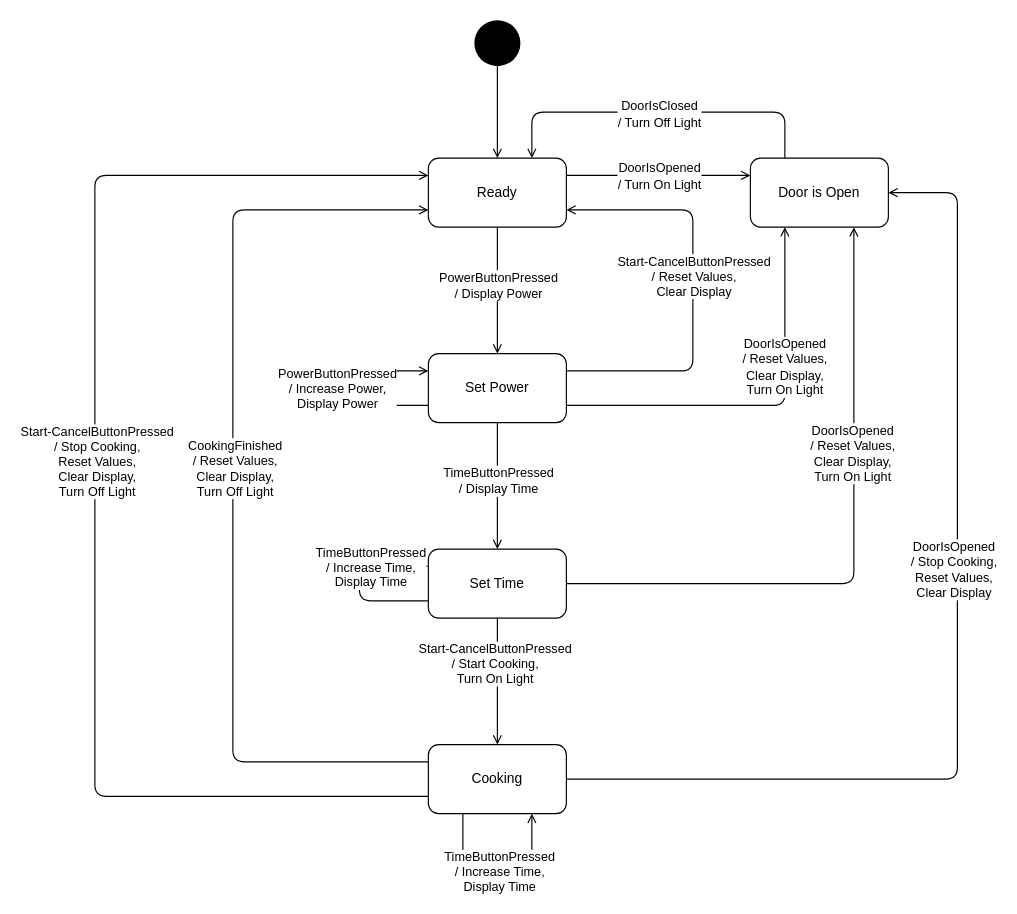
This is docs/figs/stateMachine.drawio from bedstitest/handin03_MicrowaveOven, a draw.io file, before an edit. Source tidied: cells renumbered, new cells numbered last; positions are measured from the earlier drawing's top-left corner, leaving out a move shared by most shapes. Both pictures are drawn from the tidied source at 115%, with x=0, y=0 at pixel (94, 20).
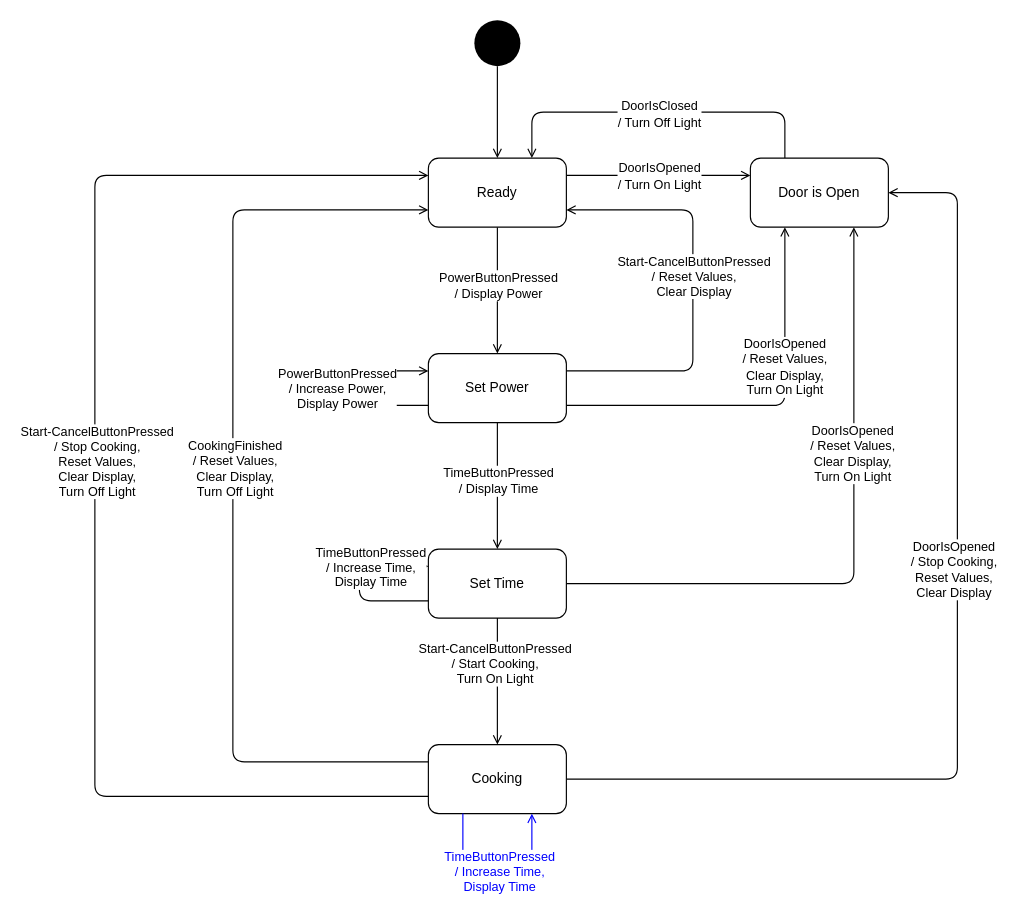
The same page after the edit.

Commit message (it also covers changes not shown here):
doc - documentation has headings. STM updated with blue changes

Unchanged cells that the change refers to:
```xml
<mxCell id="27" value="Cooking" style="rounded=1;whiteSpace=wrap;html=1;" parent="1" vertex="1">
  <mxGeometry x="290" y="630" width="120" height="60" as="geometry" />
</mxCell>
```

What changed in the source:
```diff
@@
-    <mxCell id="35" style="edgeStyle=orthogonalEdgeStyle;html=1;exitX=0.25;exitY=1;exitDx=0;exitDy=0;endArrow=open;endFill=0;entryX=0.75;entryY=1;entryDx=0;entryDy=0;" parent="1" edge="1" source="27" target="27">
+    <mxCell id="35" style="edgeStyle=orthogonalEdgeStyle;html=1;exitX=0.25;exitY=1;exitDx=0;exitDy=0;endArrow=open;endFill=0;entryX=0.75;entryY=1;entryDx=0;entryDy=0;fontColor=#0000FF;strokeColor=#0000FF;" parent="1" edge="1" source="27" target="27">
       <mxGeometry relative="1" as="geometry">
         <Array as="points">
           <mxPoint x="320" y="750" />
           <mxPoint x="380" y="750" />
         </Array>
       </mxGeometry>
     </mxCell>
-    <mxCell id="36" value="TimeButtonPressed&lt;br&gt;/ Increase Time,&lt;br&gt;Display Time" style="edgeLabel;html=1;align=center;verticalAlign=middle;" parent="35" vertex="1">
+    <mxCell id="36" value="TimeButtonPressed&lt;br&gt;/ Increase Time,&lt;br&gt;Display Time" style="edgeLabel;html=1;align=center;verticalAlign=middle;fontColor=#0000FF;" parent="35" vertex="1">
       <mxGeometry x="-0.17" y="-1" relative="1" as="geometry">
         <mxPoint x="16" y="-11" as="offset" />
       </mxGeometry>
     </mxCell>
```
